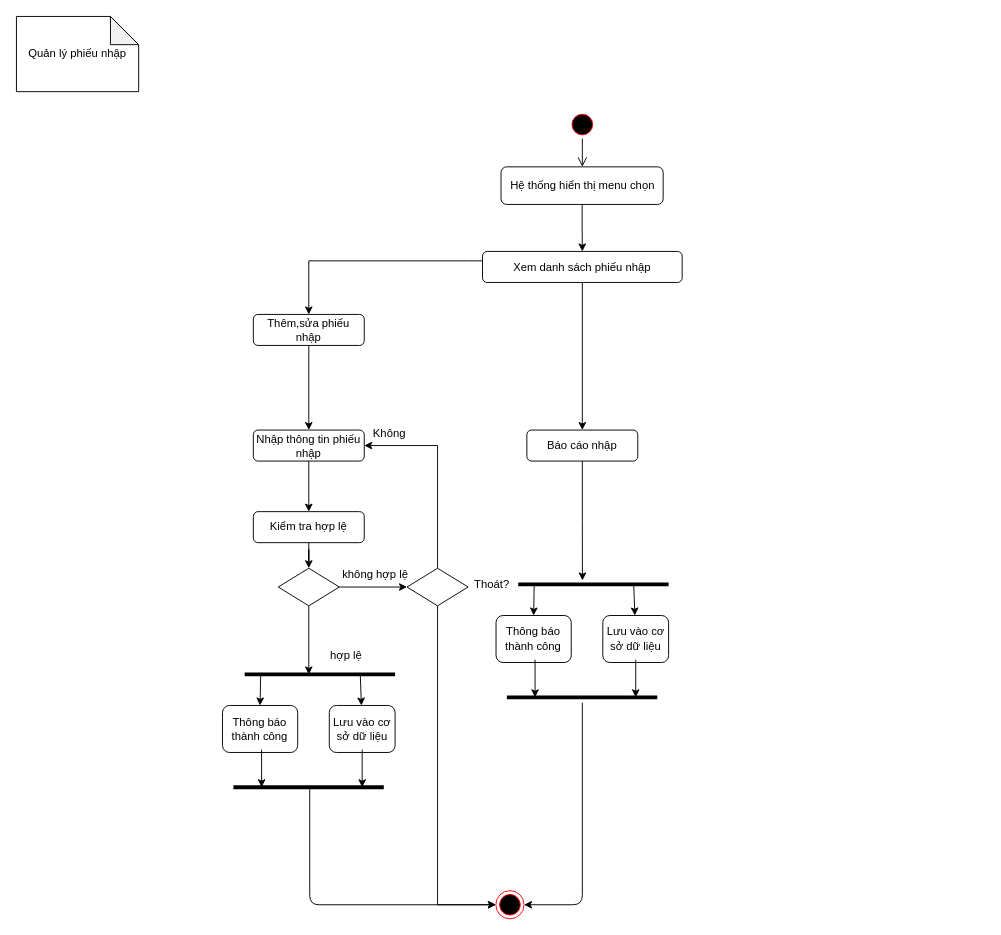
TccKaiCi/PTTK_CuaHangGiay keeps this draw.io diagram as Diagram/Activity/QL_PhieuNhap.drawio. Above is the earlier version. Source tidied: cells renumbered, new cells numbered last; positions are measured from the earlier drawing's top-left corner, leaving out a move shared by most shapes. Both pictures are drawn from the tidied source at 94%, with x=0, y=0 at pixel (16, 16).
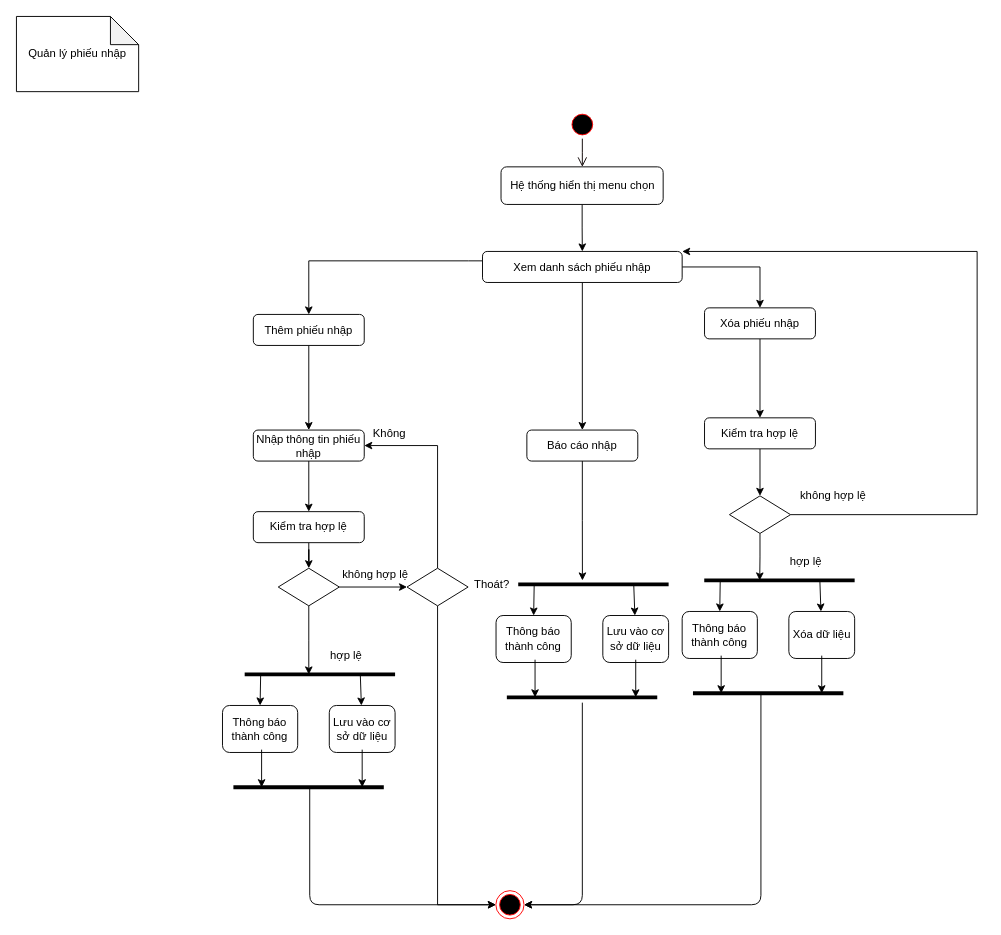
The same diagram, later.

Unchanged cells that the change refers to:
```xml
<mxCell id="7" style="ellipse;html=1;shape=endState;fillColor=#000000;strokeColor=#ff0000;" parent="1" vertex="1">
  <mxGeometry x="510" y="930" width="30" height="30" as="geometry" />
</mxCell>
<mxCell id="11" value="Xem danh sách phiếu nhập" style="rounded=1;whiteSpace=wrap;html=1;" parent="1" vertex="1">
  <mxGeometry x="495.8" y="250" width="212.4" height="33" as="geometry" />
</mxCell>
```

Change to the diagram source:
```diff
@@
+    <mxCell id="48" style="edgeStyle=orthogonalEdgeStyle;rounded=0;jettySize=auto;html=1;exitX=1;exitY=0.5;exitDx=0;exitDy=0;entryX=0.5;entryY=0;entryDx=0;entryDy=0;" parent="1" edge="1" source="11" target="50">
+      <mxGeometry relative="1" as="geometry" />
+    </mxCell>
@@
-    <mxCell id="13" value="Thêm,sửa phiếu nhập" style="rounded=1;whiteSpace=wrap;html=1;" parent="1" vertex="1">
+    <mxCell id="13" value="Thêm phiếu nhập" style="rounded=1;whiteSpace=wrap;html=1;" parent="1" vertex="1">
       <mxGeometry x="252" y="317" width="118" height="33" as="geometry" />
     </mxCell>
@@
+    <mxCell id="49" style="edgeStyle=orthogonalEdgeStyle;rounded=0;jettySize=auto;html=1;exitX=0.5;exitY=1;exitDx=0;exitDy=0;" parent="1" edge="1" source="50" target="52">
+      <mxGeometry relative="1" as="geometry" />
+    </mxCell>
+    <mxCell id="50" value="Xóa phiếu nhập" style="rounded=1;whiteSpace=wrap;html=1;" parent="1" vertex="1">
+      <mxGeometry x="732" y="310" width="118" height="33" as="geometry" />
+    </mxCell>
+    <mxCell id="51" style="edgeStyle=orthogonalEdgeStyle;rounded=0;jettySize=auto;html=1;exitX=0.5;exitY=1;exitDx=0;exitDy=0;entryX=0.5;entryY=0;entryDx=0;entryDy=0;" parent="1" edge="1" source="52" target="55">
+      <mxGeometry relative="1" as="geometry" />
+    </mxCell>
+    <mxCell id="52" value="Kiểm tra hợp lệ" style="rounded=1;whiteSpace=wrap;html=1;" parent="1" vertex="1">
+      <mxGeometry x="732" y="427" width="118" height="33" as="geometry" />
+    </mxCell>
+    <mxCell id="53" style="edgeStyle=orthogonalEdgeStyle;rounded=0;jettySize=auto;html=1;exitX=1;exitY=0.5;exitDx=0;exitDy=0;entryX=1;entryY=0;entryDx=0;entryDy=0;" parent="1" edge="1" source="55" target="11">
+      <mxGeometry relative="1" as="geometry">
+        <Array as="points">
+          <mxPoint x="1022" y="530" />
+          <mxPoint x="1022" y="250" />
+        </Array>
+      </mxGeometry>
+    </mxCell>
+    <mxCell id="54" style="edgeStyle=orthogonalEdgeStyle;rounded=0;jettySize=auto;html=1;exitX=0.5;exitY=1;exitDx=0;exitDy=0;" parent="1" edge="1" source="55">
+      <mxGeometry relative="1" as="geometry">
+        <mxPoint x="790.7" y="600" as="targetPoint" />
+      </mxGeometry>
+    </mxCell>
+    <mxCell id="55" style="rhombus;whiteSpace=wrap;html=1;" parent="1" vertex="1">
+      <mxGeometry x="758.5" y="510" width="65" height="40" as="geometry" />
+    </mxCell>
+    <mxCell id="56" value="không hợp lệ" style="text;html=1;strokeColor=none;fillColor=none;align=center;verticalAlign=middle;whiteSpace=wrap;rounded=0;" parent="1" vertex="1">
+      <mxGeometry x="823.5" y="500" width="90" height="20" as="geometry" />
+    </mxCell>
+    <mxCell id="57" style="endArrow=none;html=1;strokeColor=#000000;strokeWidth=4;" parent="1" edge="1">
+      <mxGeometry relative="1" as="geometry">
+        <mxPoint x="731.7" y="600" as="sourcePoint" />
+        <mxPoint x="891.7" y="600" as="targetPoint" />
+      </mxGeometry>
+    </mxCell>
+    <mxCell id="58" value="hợp lệ" style="text;html=1;strokeColor=none;fillColor=none;align=center;verticalAlign=middle;whiteSpace=wrap;rounded=0;" parent="1" vertex="1">
+      <mxGeometry x="809.7" y="570" width="60" height="20" as="geometry" />
+    </mxCell>
+    <mxCell id="59" value="Thông báo thành công" style="rounded=1;whiteSpace=wrap;html=1;" parent="1" vertex="1">
+      <mxGeometry x="708.2" y="633" width="80" height="50" as="geometry" />
+    </mxCell>
+    <mxCell id="60" value="Xóa dữ liệu" style="rounded=1;whiteSpace=wrap;html=1;" parent="1" vertex="1">
+      <mxGeometry x="821.7" y="633" width="70" height="50" as="geometry" />
+    </mxCell>
+    <mxCell id="61" style="endArrow=classic;html=1;strokeColor=#000000;strokeWidth=1;entryX=0.5;entryY=0;entryDx=0;entryDy=0;" parent="1" edge="1" target="59">
+      <mxGeometry relative="1" as="geometry">
+        <mxPoint x="748.7" y="600" as="sourcePoint" />
+      </mxGeometry>
+    </mxCell>
+    <mxCell id="62" style="endArrow=classic;html=1;strokeColor=#000000;strokeWidth=1;" parent="1" edge="1" target="60">
+      <mxGeometry relative="1" as="geometry">
+        <mxPoint x="854.7" y="600" as="sourcePoint" />
+      </mxGeometry>
+    </mxCell>
+    <mxCell id="63" style="endArrow=none;html=1;strokeColor=#000000;strokeWidth=4;" parent="1" edge="1">
+      <mxGeometry relative="1" as="geometry">
+        <mxPoint x="719.7" y="720" as="sourcePoint" />
+        <mxPoint x="879.7" y="720" as="targetPoint" />
+      </mxGeometry>
+    </mxCell>
+    <mxCell id="64" style="endArrow=classic;html=1;strokeColor=#000000;strokeWidth=1;" parent="1" edge="1">
+      <mxGeometry relative="1" as="geometry">
+        <mxPoint x="749.7" y="680" as="sourcePoint" />
+        <mxPoint x="749.7" y="720" as="targetPoint" />
+      </mxGeometry>
+    </mxCell>
+    <mxCell id="65" style="endArrow=classic;html=1;strokeColor=#000000;strokeWidth=1;" parent="1" edge="1">
+      <mxGeometry relative="1" as="geometry">
+        <mxPoint x="856.7" y="680" as="sourcePoint" />
+        <mxPoint x="856.7" y="720" as="targetPoint" />
+      </mxGeometry>
+    </mxCell>
+    <mxCell id="66" style="endArrow=classic;html=1;entryX=1;entryY=0.5;entryDx=0;entryDy=0;" parent="1" edge="1" target="7">
+      <mxGeometry relative="1" as="geometry">
+        <mxPoint x="792" y="720" as="sourcePoint" />
+        <Array as="points">
+          <mxPoint x="792" y="945" />
+        </Array>
+      </mxGeometry>
+    </mxCell>
```
